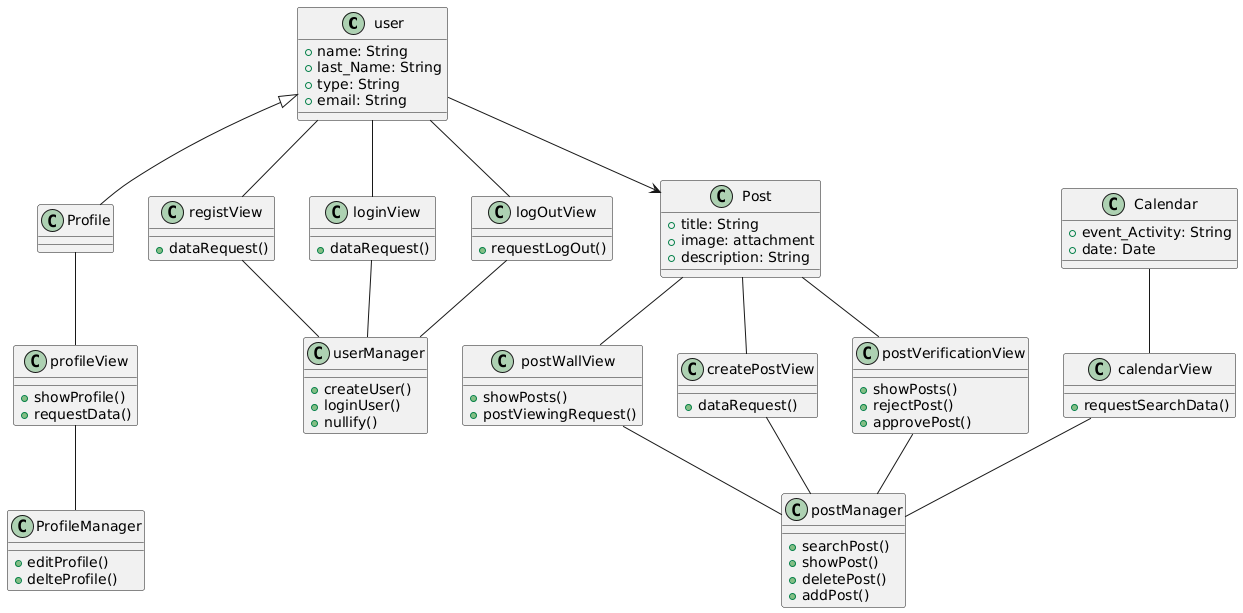
This is docs/scenariosView/img/classDiagram.png from Dayannis-07/ING_SOFT, a PlantUML export, as it was before one commit.
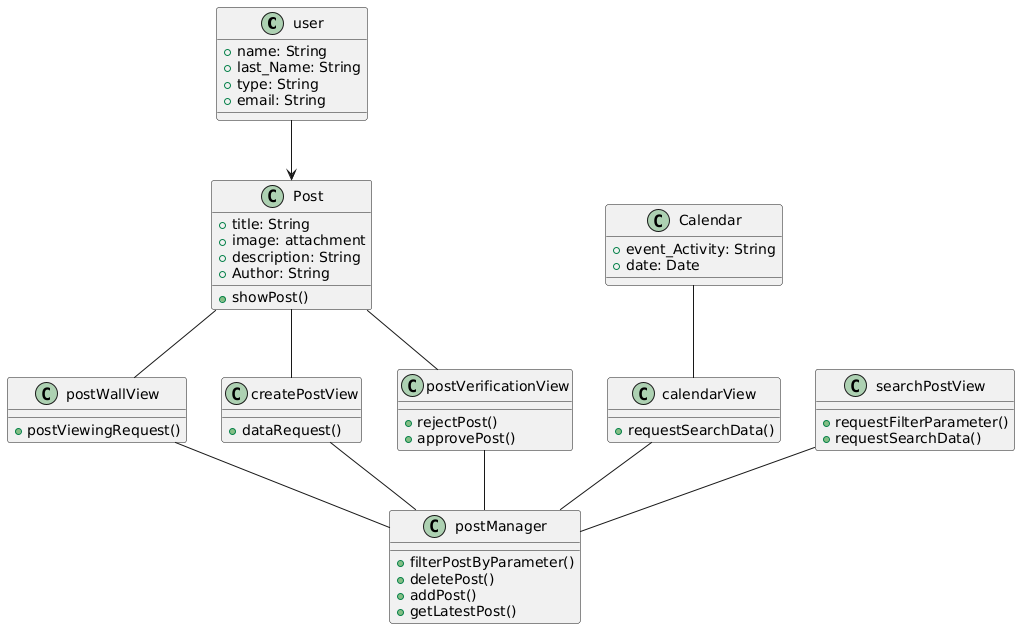
After the change.

What changed in the source:
```diff
@@ -9,66 +9,37 @@
  +title: String
     +image: attachment
     +description: String
-}
-class Profile{}
-class profileView{
-+showProfile()
-+requestData()
-}
-class ProfileManager{
-+editProfile()
-+delteProfile()
+    + Author: String
+    + showPost()
 }
 class Calendar{
     +event_Activity: String
     +date: Date
 }
-class registView{
-   +dataRequest()
-}
-class userManager{
-     +createUser()
-     +loginUser()
-     +nullify()
-}
-class loginView{
-+dataRequest()
-}
 class postWallView{
-  +showPosts()
   +postViewingRequest()
 }
 class createPostView{
  +dataRequest()
 }
 class postManager{
-+searchPost()
-+showPost()
++filterPostByParameter()
 +deletePost()
 +addPost()
++ getLatestPost()
 }
 class postVerificationView{
-+showPosts()
 +rejectPost()
 +approvePost()
 }
 class calendarView{
 +requestSearchData()
 }
-
-class logOutView{
-+requestLogOut()
+class searchPostView{
+  +requestFilterParameter()
+  +requestSearchData()
 }
 
-user <|--Profile
-user-- registView
-user-- logOutView
-logOutView-- userManager
-registView-- userManager
-user-- loginView
-loginView-- userManager
-Profile--profileView
-profileView--ProfileManager
 Post--postWallView
 Post-- postVerificationView
 Post-- createPostView
@@ -77,5 +48,6 @@
 createPostView--postManager
 postVerificationView--postManager
 calendarView--postManager
+searchPostView--postManager
 user-->Post
 @enduml
```
